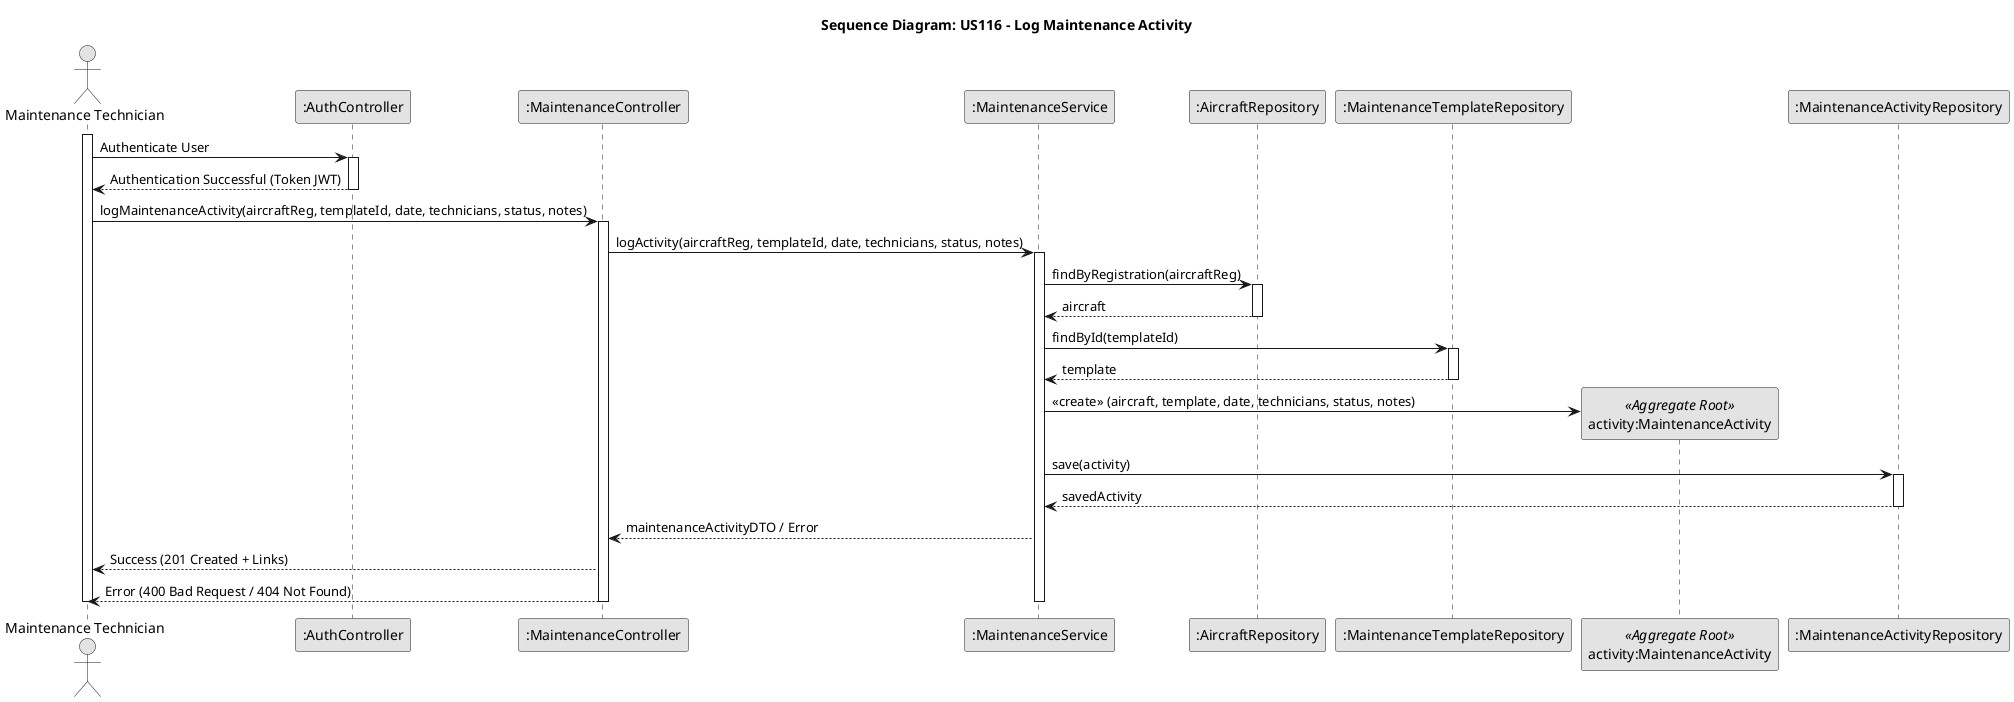
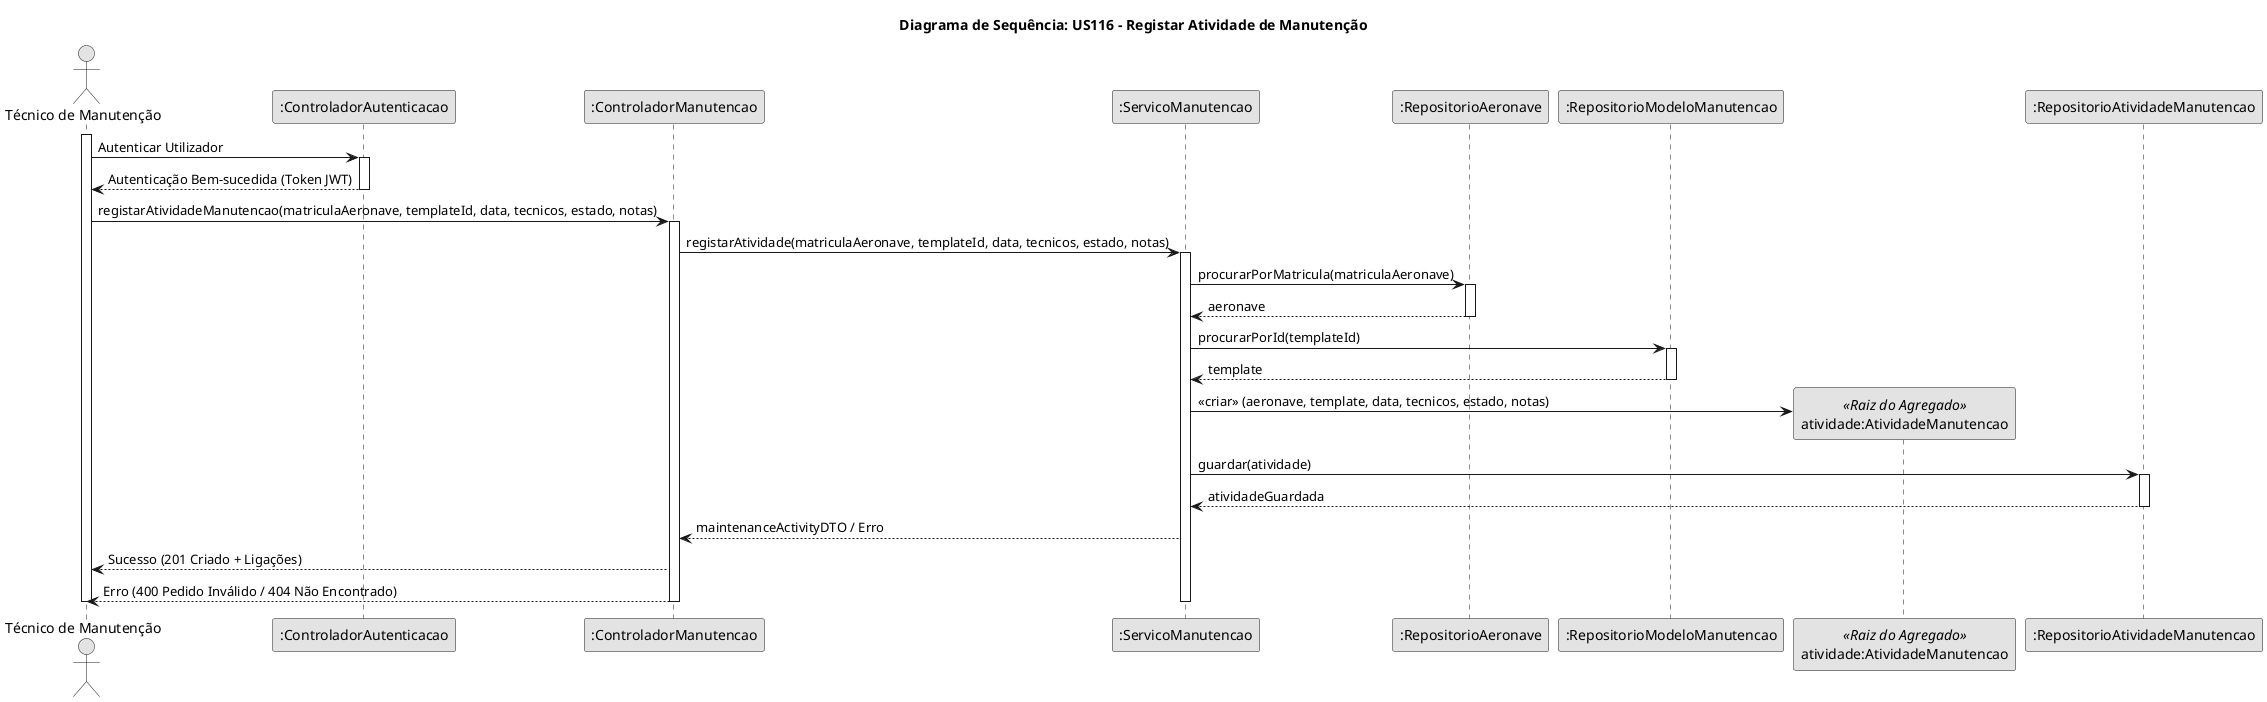
@startuml
skinparam monochrome true
skinparam shadowing false

- title Sequence Diagram: US116 - Log Maintenance Activity
+ title Diagrama de Sequência: US116 - Registar Atividade de Manutenção

- actor "Maintenance Technician" as User
- participant ":AuthController" as Auth
- participant ":MaintenanceController" as Ctrl
- participant ":MaintenanceService" as Service
- participant ":AircraftRepository" as RepoAircraft
- participant ":MaintenanceTemplateRepository" as RepoTemplate
- participant "activity:MaintenanceActivity" as Activity <<Aggregate Root>>
- participant ":MaintenanceActivityRepository" as RepoActivity
+ actor "Técnico de Manutenção" as User
+ participant ":ControladorAutenticacao" as Auth
+ participant ":ControladorManutencao" as Ctrl
+ participant ":ServicoManutencao" as Service
+ participant ":RepositorioAeronave" as RepoAircraft
+ participant ":RepositorioModeloManutencao" as RepoTemplate
+ participant "atividade:AtividadeManutencao" as Activity <<Raiz do Agregado>>
+ participant ":RepositorioAtividadeManutencao" as RepoActivity

activate User

- 
- User -> Auth : Authenticate User
+ User -> Auth : Autenticar Utilizador
activate Auth
- Auth --> User : Authentication Successful (Token JWT)
+ Auth --> User : Autenticação Bem-sucedida (Token JWT)
deactivate Auth

- 
- User -> Ctrl : logMaintenanceActivity(aircraftReg, templateId, date, technicians, status, notes)
+ User -> Ctrl : registarAtividadeManutencao(matriculaAeronave, templateId, data, tecnicos, estado, notas)
activate Ctrl

- Ctrl -> Service : logActivity(aircraftReg, templateId, date, technicians, status, notes)
+ Ctrl -> Service : registarAtividade(matriculaAeronave, templateId, data, tecnicos, estado, notas)
activate Service

-     Service -> RepoAircraft : findByRegistration(aircraftReg)
+     Service -> RepoAircraft : procurarPorMatricula(matriculaAeronave)
    activate RepoAircraft
-     RepoAircraft --> Service : aircraft
+     RepoAircraft --> Service : aeronave
    deactivate RepoAircraft

-     Service -> RepoTemplate : findById(templateId)
+     Service -> RepoTemplate : procurarPorId(templateId)
    activate RepoTemplate
    RepoTemplate --> Service : template
    deactivate RepoTemplate

+     Service -> Activity** : <<criar>> (aeronave, template, data, tecnicos, estado, notas)

-     Service -> Activity** : <<create>> (aircraft, template, date, technicians, status, notes)
- 
-     Service -> RepoActivity : save(activity)
+     Service -> RepoActivity : guardar(atividade)
    activate RepoActivity
-     RepoActivity --> Service : savedActivity
+     RepoActivity --> Service : atividadeGuardada
    deactivate RepoActivity

-     Service --> Ctrl : maintenanceActivityDTO / Error
+     Service --> Ctrl : maintenanceActivityDTO / Erro

-     Ctrl --> User : Success (201 Created + Links)
-     Ctrl --> User : Error (400 Bad Request / 404 Not Found)
+     Ctrl --> User : Sucesso (201 Criado + Ligações)
+     Ctrl --> User : Erro (400 Pedido Inválido / 404 Não Encontrado)

deactivate Service
deactivate Ctrl
deactivate User
@enduml